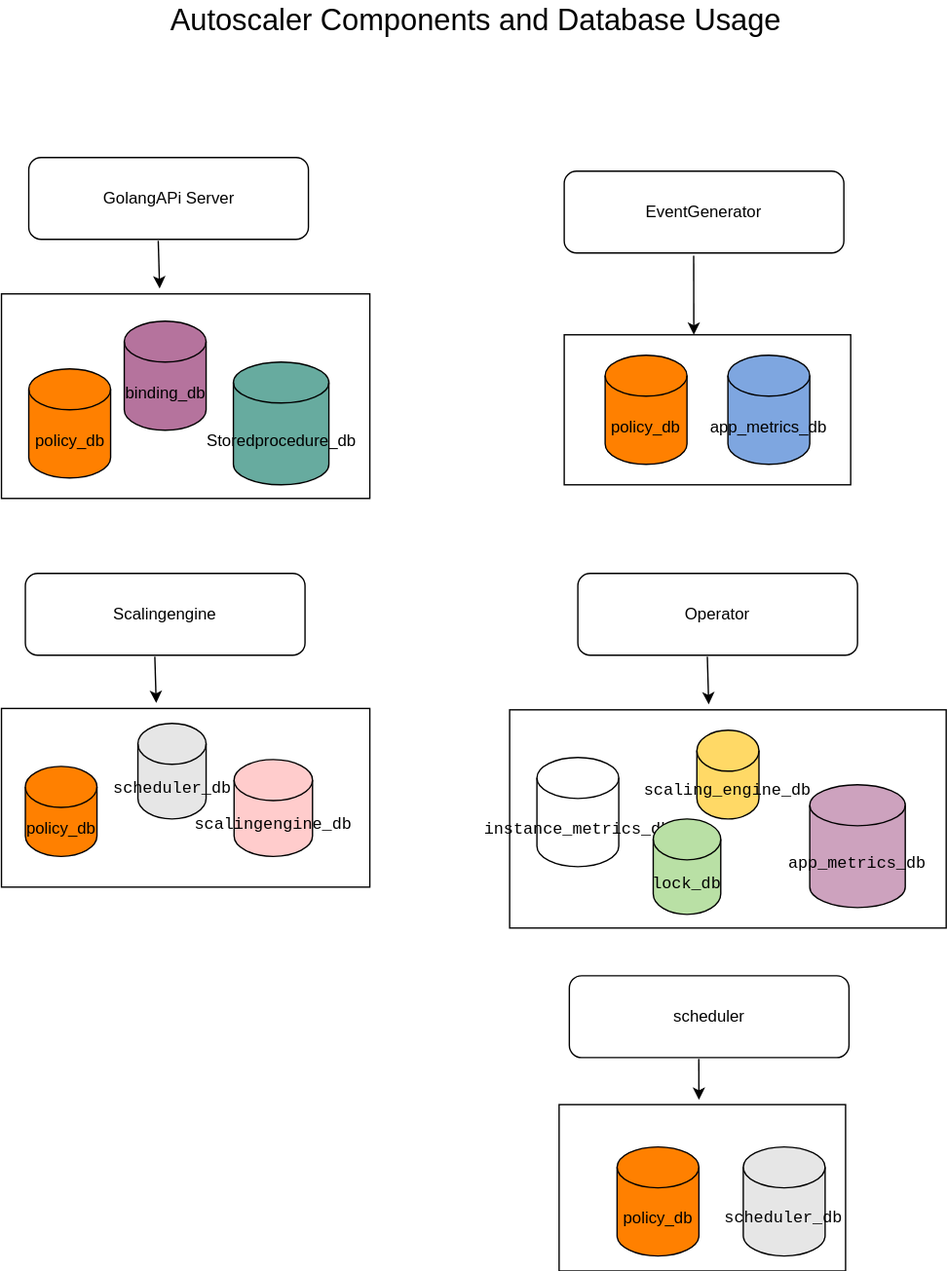
Earlier version of the draw.io export docs/components-db-usage.svg (cloudfoundry/app-autoscaler-release). Source tidied: cells renumbered, new cells last; positions are measured from the earlier drawing's top-left corner, leaving out a move shared by most shapes.
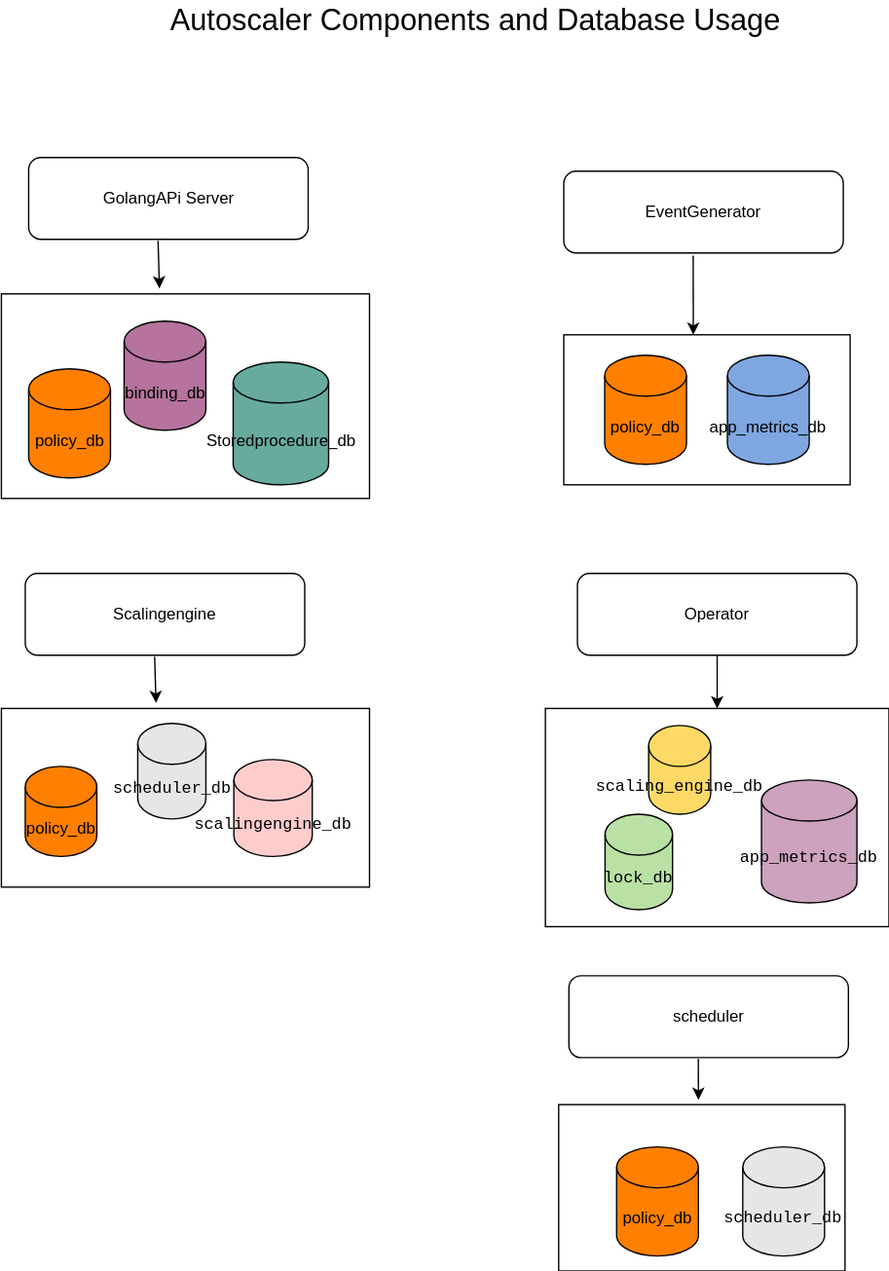
After the commit.

Commit message:
remove info that operator uses appinstancemetrics table that is no longer there

Change to the diagram source:
```diff
@@ -40,21 +40,18 @@
       </mxGeometry>
     </mxCell>
     <mxCell id="13" style="rounded=0;whiteSpace=wrap;html=1;fontColor=#000000;" parent="1" vertex="1">
-      <mxGeometry x="372" y="520" width="320" height="160" as="geometry" />
+      <mxGeometry x="398.5" y="519" width="252" height="160" as="geometry" />
     </mxCell>
     <mxCell id="14" value="Operator" style="rounded=1;whiteSpace=wrap;html=1;" parent="1" vertex="1">
       <mxGeometry x="422" y="420" width="205" height="60" as="geometry" />
     </mxCell>
-    <mxCell id="15" value="&lt;pre style=&quot;font-family: &amp;quot;JetBrains Mono&amp;quot;, monospace;&quot;&gt;&lt;span style=&quot;&quot;&gt;instance_metrics_db&lt;/span&gt;&lt;/pre&gt;" style="shape=cylinder3;whiteSpace=wrap;html=1;boundedLbl=1;backgroundOutline=1;size=15;fillColor=#FFFFFF;labelBackgroundColor=none;fontColor=#000000;" parent="1" vertex="1">
-      <mxGeometry x="392" y="555" width="60" height="80" as="geometry" />
-    </mxCell>
     <mxCell id="16" value="&lt;pre style=&quot;font-family: &amp;quot;JetBrains Mono&amp;quot;, monospace;&quot;&gt;&lt;span style=&quot;&quot;&gt;scaling_engine_db&lt;/span&gt;&lt;/pre&gt;" style="shape=cylinder3;whiteSpace=wrap;html=1;boundedLbl=1;backgroundOutline=1;size=15;fillColor=#FFD966;labelBackgroundColor=none;fontColor=#000000;" parent="1" vertex="1">
-      <mxGeometry x="509.2" y="535" width="45.5" height="65" as="geometry" />
+      <mxGeometry x="474.2" y="531.5" width="45.5" height="65" as="geometry" />
     </mxCell>
     <mxCell id="17" value="&lt;pre style=&quot;font-family: &amp;quot;JetBrains Mono&amp;quot;, monospace;&quot;&gt;&lt;span style=&quot;&quot;&gt;app_metrics_db&lt;/span&gt;&lt;/pre&gt;" style="shape=cylinder3;whiteSpace=wrap;html=1;boundedLbl=1;backgroundOutline=1;size=15;fillColor=#CDA2BE;labelBackgroundColor=none;fontColor=#000000;" parent="1" vertex="1">
-      <mxGeometry x="592" y="575" width="70" height="90" as="geometry" />
+      <mxGeometry x="557" y="571.5" width="70" height="90" as="geometry" />
     </mxCell>
-    <mxCell id="18" style="endArrow=classic;html=1;rounded=0;fontColor=#000000;exitX=0.463;exitY=1.017;exitDx=0;exitDy=0;exitPerimeter=0;entryX=0.456;entryY=-0.025;entryDx=0;entryDy=0;entryPerimeter=0;" parent="1" edge="1" source="14" target="13">
+    <mxCell id="18" style="endArrow=classic;html=1;rounded=0;fontColor=#000000;exitX=0.5;exitY=1;exitDx=0;exitDy=0;entryX=0.5;entryY=0;entryDx=0;entryDy=0;" parent="1" edge="1" source="14" target="13">
       <mxGeometry relative="1" as="geometry" />
     </mxCell>
     <mxCell id="19" style="rounded=0;whiteSpace=wrap;html=1;fontColor=#000000;" parent="1" vertex="1">
@@ -98,7 +95,7 @@
       <mxGeometry x="117.2" width="460" height="30" as="geometry" />
     </mxCell>
     <mxCell id="31" value="&lt;pre style=&quot;font-family: &amp;quot;JetBrains Mono&amp;quot;, monospace;&quot;&gt;lock_db&lt;/pre&gt;" style="shape=cylinder3;whiteSpace=wrap;html=1;boundedLbl=1;backgroundOutline=1;size=15;fillColor=#B9E0A5;labelBackgroundColor=none;fontColor=#000000;" parent="1" vertex="1">
-      <mxGeometry x="477.2" y="600" width="49.5" height="70" as="geometry" />
+      <mxGeometry x="442.2" y="596.5" width="49.5" height="70" as="geometry" />
     </mxCell>
   </root>
 </mxGraphModel>
```
